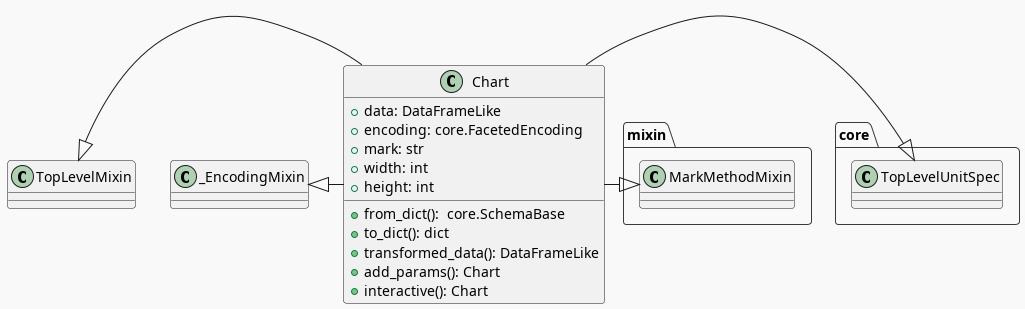
Above: files/posts/introduction-to-altair-countries-per-year/chart.png in necromuralist/Bowling-For-Data (PlantUML), before the change. Source of this version:
```plantuml
@startuml
!theme mars

class Chart {
 + data: DataFrameLike
 + encoding: core.FacetedEncoding
 + mark: str
 + width: int
 + height: int

 + from_dict():  core.SchemaBase
 + to_dict(): dict
 + transformed_data(): DataFrameLike
 + add_params(): Chart
 + interactive(): Chart
}

TopLevelMixin <|- Chart
_EncodingMixin <|- Chart
mixin.MarkMethodMixin <|- Chart
core.TopLevelUnitSpec <|- Chart
@enduml
```
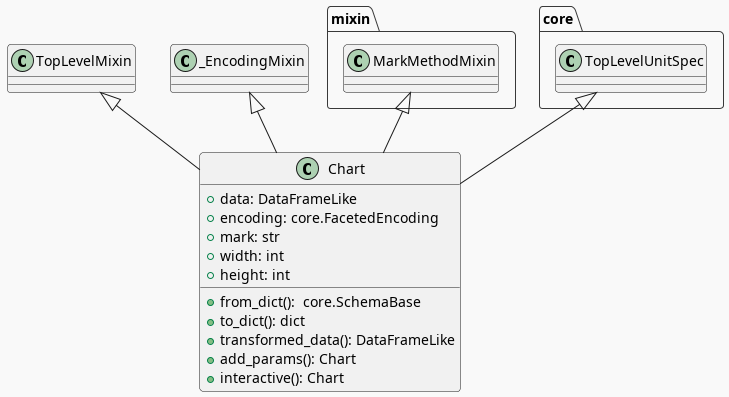
After the commit.

Commit message:
Moved the UML around and added some text to explain the Altair chart introduction

Change to the diagram source:
```diff
@@ -15,8 +15,8 @@
  + interactive(): Chart
 }
 
-TopLevelMixin <|- Chart
-_EncodingMixin <|- Chart
-mixin.MarkMethodMixin <|- Chart
-core.TopLevelUnitSpec <|- Chart
+TopLevelMixin <|-- Chart
+_EncodingMixin <|-- Chart
+mixin.MarkMethodMixin <|-- Chart
+core.TopLevelUnitSpec <|-- Chart
 @enduml
```
